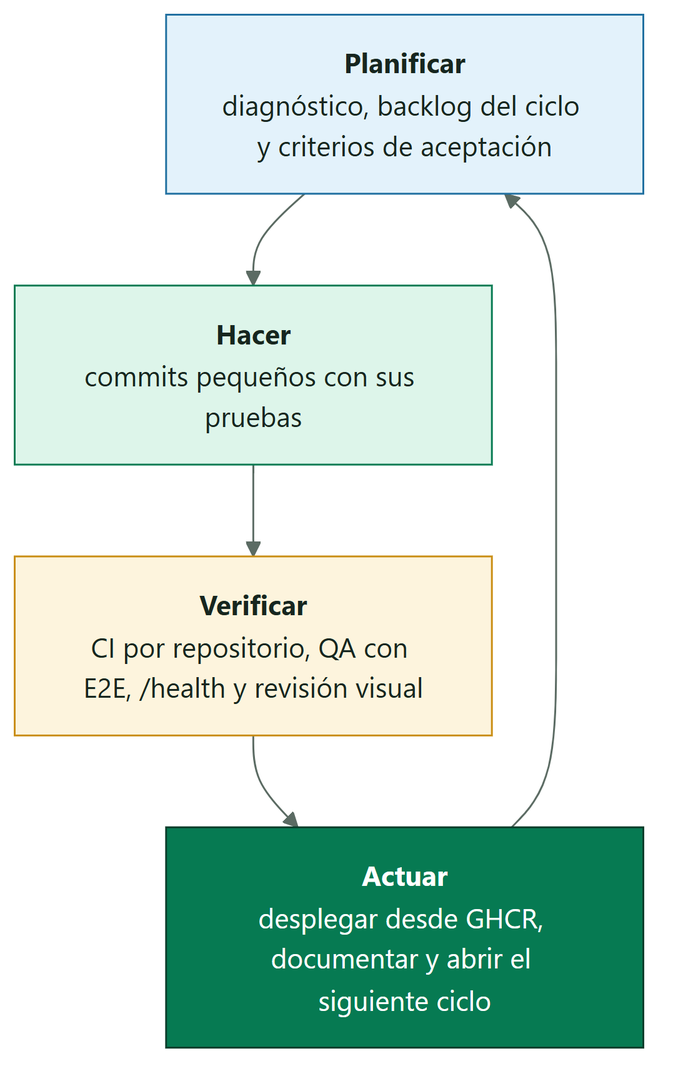
Above: docs/diagrams/SmartPot_34_PDCA_Cycle.png in SmartPotTech/.github (Mermaid), before the change. Its source is kept beside it as docs/diagrams/SmartPot_34_PDCA_Cycle.mmd.
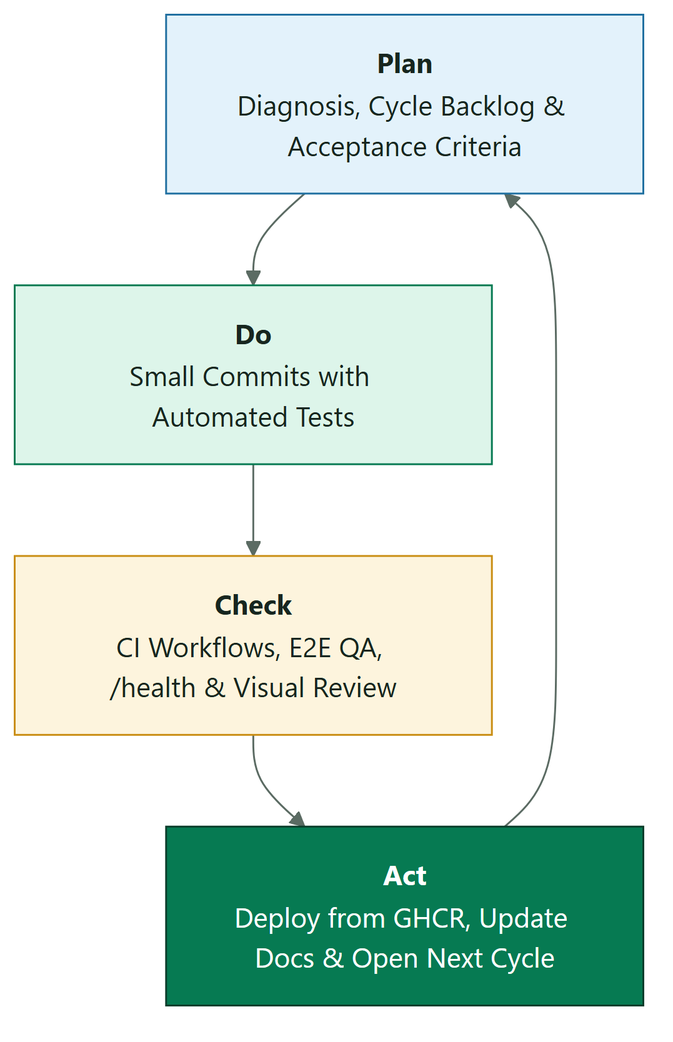
Later version of the same file.

What changed in the source:
```diff
@@ -1,8 +1,8 @@
 %%{init: {"theme": "base", "fontFamily": "Segoe UI, Arial, sans-serif", "themeVariables": {"fontFamily": "Segoe UI, Arial, sans-serif", "fontSize": "15px", "primaryColor": "#DDF5EA", "primaryTextColor": "#17261F", "primaryBorderColor": "#067A52", "secondaryColor": "#E3F2FB", "secondaryTextColor": "#17261F", "secondaryBorderColor": "#1F6FA0", "tertiaryColor": "#F2F7F4", "tertiaryTextColor": "#17261F", "tertiaryBorderColor": "#D5E3DC", "lineColor": "#5B6B63", "textColor": "#17261F", "mainBkg": "#DDF5EA", "nodeBorder": "#067A52", "clusterBkg": "#F7FAF8", "clusterBorder": "#D5E3DC", "edgeLabelBackground": "#FFFFFF", "actorBkg": "#067A52", "actorBorder": "#0B3D2B", "actorTextColor": "#FFFFFF", "actorLineColor": "#5B6B63", "signalColor": "#17261F", "signalTextColor": "#17261F", "labelBoxBkgColor": "#0B3D2B", "labelBoxBorderColor": "#0B3D2B", "labelTextColor": "#FFFFFF", "loopTextColor": "#0B3D2B", "noteBkgColor": "#FDF4DD", "noteBorderColor": "#C98D12", "noteTextColor": "#17261F", "activationBkgColor": "#DDF5EA", "activationBorderColor": "#067A52", "attributeBackgroundColorOdd": "#FFFFFF", "attributeBackgroundColorEven": "#F2F7F4"}}}%%
 flowchart TB
-  plan["<b>Planificar</b><br/>diagnóstico, backlog del ciclo y criterios de aceptación"] --> hacer["<b>Hacer</b><br/>commits pequeños con sus pruebas"]
-  hacer --> verificar["<b>Verificar</b><br/>CI por repositorio, QA con E2E, /health y revisión visual"]
-  verificar --> actuar["<b>Actuar</b><br/>desplegar desde GHCR, documentar y abrir el siguiente ciclo"]
+  plan["<b>Plan</b><br/>Diagnosis, Cycle Backlog & Acceptance Criteria"] --> hacer["<b>Do</b><br/>Small Commits with Automated Tests"]
+  hacer --> verificar["<b>Check</b><br/>CI Workflows, E2E QA, /health & Visual Review"]
+  verificar --> actuar["<b>Act</b><br/>Deploy from GHCR, Update Docs & Open Next Cycle"]
   actuar --> plan
   classDef leaf fill:#DDF5EA,stroke:#067A52,color:#17261F
   classDef water fill:#E3F2FB,stroke:#1F6FA0,color:#17261F
```
